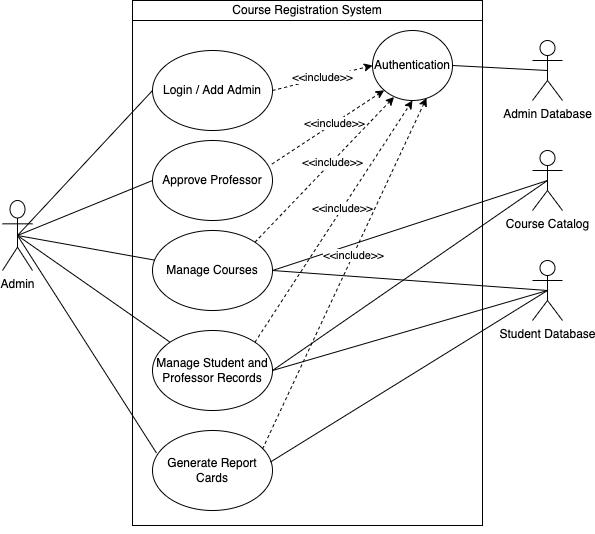
Earlier version of the draw.io export CRS-Group-3-Flipkart-UML-artifacts/usecase diagram/admin_usecase.png (shreyansh0212/CRS-Flipkart-Repo-Group-3). Source tidied: cells renumbered, new cells last; positions are measured from the earlier drawing's top-left corner, leaving out a move shared by most shapes.
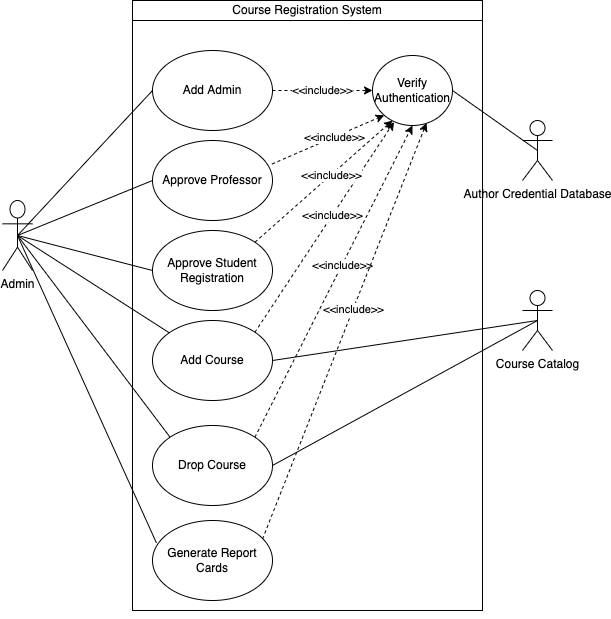
After the change.

Diff of the diagram source:
```diff
@@ -6,22 +6,22 @@
       <mxGeometry y="200" width="30" height="70" as="geometry" />
     </mxCell>
     <mxCell id="3" style="rounded=0;whiteSpace=wrap;html=1;" parent="1" vertex="1">
-      <mxGeometry x="130" y="15" width="350" height="510" as="geometry" />
+      <mxGeometry x="130" y="15" width="350" height="595" as="geometry" />
     </mxCell>
-    <mxCell id="4" value="Login / Add Admin" style="ellipse;whiteSpace=wrap;html=1;" parent="1" vertex="1">
+    <mxCell id="4" value="Add Admin" style="ellipse;whiteSpace=wrap;html=1;" parent="1" vertex="1">
       <mxGeometry x="150" y="50" width="120" height="80" as="geometry" />
     </mxCell>
     <mxCell id="5" value="Approve Professor" style="ellipse;whiteSpace=wrap;html=1;" parent="1" vertex="1">
       <mxGeometry x="150" y="140" width="120" height="80" as="geometry" />
     </mxCell>
-    <mxCell id="6" value="Manage Courses" style="ellipse;whiteSpace=wrap;html=1;" parent="1" vertex="1">
-      <mxGeometry x="150" y="230" width="120" height="80" as="geometry" />
+    <mxCell id="6" value="Add Course" style="ellipse;whiteSpace=wrap;html=1;" parent="1" vertex="1">
+      <mxGeometry x="150" y="320" width="120" height="80" as="geometry" />
     </mxCell>
-    <mxCell id="7" value="Manage Student and Professor Records" style="ellipse;whiteSpace=wrap;html=1;" parent="1" vertex="1">
-      <mxGeometry x="150" y="330" width="120" height="80" as="geometry" />
+    <mxCell id="7" value="Drop Course" style="ellipse;whiteSpace=wrap;html=1;" parent="1" vertex="1">
+      <mxGeometry x="150" y="425" width="120" height="80" as="geometry" />
     </mxCell>
     <mxCell id="8" value="Course Catalog" style="shape=umlActor;verticalLabelPosition=bottom;verticalAlign=top;html=1;outlineConnect=0;" parent="1" vertex="1">
-      <mxGeometry x="530" y="150" width="30" height="60" as="geometry" />
+      <mxGeometry x="520" y="290" width="30" height="60" as="geometry" />
     </mxCell>
     <mxCell id="9" value="Course Registration System" style="rounded=0;whiteSpace=wrap;html=1;" parent="1" vertex="1">
       <mxGeometry x="130" width="350" height="20" as="geometry" />
@@ -41,20 +41,11 @@
     <mxCell id="14" style="endArrow=none;html=1;rounded=0;exitX=1;exitY=0.5;exitDx=0;exitDy=0;entryX=0.5;entryY=0.5;entryDx=0;entryDy=0;entryPerimeter=0;" parent="1" edge="1" source="6" target="8">
       <mxGeometry relative="1" as="geometry" />
     </mxCell>
-    <mxCell id="15" value="Student Database" style="shape=umlActor;verticalLabelPosition=bottom;verticalAlign=top;html=1;outlineConnect=0;" parent="1" vertex="1">
-      <mxGeometry x="530" y="260" width="30" height="60" as="geometry" />
-    </mxCell>
-    <mxCell id="16" style="endArrow=none;html=1;rounded=0;exitX=1;exitY=0.5;exitDx=0;exitDy=0;entryX=0.5;entryY=0.5;entryDx=0;entryDy=0;entryPerimeter=0;" parent="1" edge="1" source="6" target="15">
-      <mxGeometry relative="1" as="geometry" />
-    </mxCell>
-    <mxCell id="17" style="endArrow=none;html=1;rounded=0;exitX=1;exitY=0.5;exitDx=0;exitDy=0;entryX=0.5;entryY=0.5;entryDx=0;entryDy=0;entryPerimeter=0;" parent="1" edge="1" source="7" target="15">
-      <mxGeometry relative="1" as="geometry" />
-    </mxCell>
-    <mxCell id="18" value="Authentication" style="ellipse;whiteSpace=wrap;html=1;" parent="1" vertex="1">
-      <mxGeometry x="370" y="30" width="80" height="70" as="geometry" />
+    <mxCell id="18" value="Verify Authentication" style="ellipse;whiteSpace=wrap;html=1;" parent="1" vertex="1">
+      <mxGeometry x="370" y="55" width="80" height="70" as="geometry" />
     </mxCell>
-    <mxCell id="19" value="Admin Database" style="shape=umlActor;verticalLabelPosition=bottom;verticalAlign=top;html=1;outlineConnect=0;" parent="1" vertex="1">
-      <mxGeometry x="530" y="40" width="30" height="60" as="geometry" />
+    <mxCell id="19" value="Author Credential Database" style="shape=umlActor;verticalLabelPosition=bottom;verticalAlign=top;html=1;outlineConnect=0;" parent="1" vertex="1">
+      <mxGeometry x="520" y="120" width="30" height="60" as="geometry" />
     </mxCell>
     <mxCell id="20" value="&amp;lt;&amp;lt;include&amp;gt;&amp;gt;" style="endArrow=classic;html=1;rounded=0;exitX=1;exitY=0.5;exitDx=0;exitDy=0;entryX=0;entryY=0.5;entryDx=0;entryDy=0;dashed=1;" parent="1" edge="1" source="4" target="18">
       <mxGeometry relative="1" as="geometry" />
@@ -87,7 +78,7 @@
       <mxGeometry relative="1" as="geometry" />
     </mxCell>
     <mxCell id="30" value="Generate Report Cards" style="ellipse;whiteSpace=wrap;html=1;" parent="1" vertex="1">
-      <mxGeometry x="150" y="430" width="120" height="80" as="geometry" />
+      <mxGeometry x="150" y="520" width="120" height="80" as="geometry" />
     </mxCell>
     <mxCell id="31" style="endArrow=classic;html=1;rounded=0;dashed=1;exitX=0.917;exitY=0.231;exitDx=0;exitDy=0;entryX=0.675;entryY=0.964;entryDx=0;entryDy=0;exitPerimeter=0;entryPerimeter=0;" parent="1" edge="1" source="30" target="18">
       <mxGeometry relative="1" as="geometry" />
@@ -95,11 +86,20 @@
     <mxCell id="32" value="&amp;lt;&amp;lt;include&amp;gt;&amp;gt;" style="edgeLabel;html=1;align=center;verticalAlign=middle;" parent="31" vertex="1">
       <mxGeometry x="0.11" relative="1" as="geometry" />
     </mxCell>
-    <mxCell id="33" style="endArrow=none;html=1;rounded=0;exitX=0.983;exitY=0.394;exitDx=0;exitDy=0;exitPerimeter=0;entryX=0.5;entryY=0.5;entryDx=0;entryDy=0;entryPerimeter=0;" parent="1" edge="1" source="30" target="15">
-      <mxGeometry relative="1" as="geometry" />
-    </mxCell>
     <mxCell id="34" style="endArrow=none;html=1;rounded=0;exitX=0.5;exitY=0.5;exitDx=0;exitDy=0;exitPerimeter=0;entryX=0.033;entryY=0.281;entryDx=0;entryDy=0;entryPerimeter=0;" parent="1" edge="1" source="2" target="30">
       <mxGeometry relative="1" as="geometry" />
     </mxCell>
+    <mxCell id="35" value="Approve Student Registration" style="ellipse;whiteSpace=wrap;html=1;" parent="1" vertex="1">
+      <mxGeometry x="150" y="230" width="120" height="80" as="geometry" />
+    </mxCell>
+    <mxCell id="36" style="endArrow=none;html=1;rounded=0;exitX=0.5;exitY=0.5;exitDx=0;exitDy=0;exitPerimeter=0;entryX=0;entryY=0.5;entryDx=0;entryDy=0;" parent="1" edge="1" source="2" target="35">
+      <mxGeometry relative="1" as="geometry" />
+    </mxCell>
+    <mxCell id="37" style="endArrow=classic;html=1;rounded=0;dashed=1;exitX=1;exitY=0;exitDx=0;exitDy=0;entryX=0.25;entryY=0.929;entryDx=0;entryDy=0;entryPerimeter=0;" parent="1" edge="1" source="35" target="18">
+      <mxGeometry relative="1" as="geometry" />
+    </mxCell>
+    <mxCell id="38" value="&amp;lt;&amp;lt;include&amp;gt;&amp;gt;" style="edgeLabel;html=1;align=center;verticalAlign=middle;" parent="37" vertex="1">
+      <mxGeometry x="0.11" relative="1" as="geometry" />
+    </mxCell>
   </root>
 </mxGraphModel>
```
